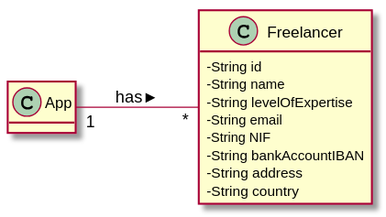
This is docs/UC_01/MD.svg from botelho-io/lapr2-2020-g029, a PlantUML export, as it was before one commit. Its diagram source:
```plantuml
@startuml MD

skinparam classAttributeIconSize 0
hide methods
left to right direction

class App {

}

class Freelancer {
        - String id
        - String name
        - String levelOfExpertise
        - String email
        - String NIF
        - String bankAccountIBAN
        - String address
        - String country
}

App                          "1" -- "*"      Freelancer                : has >

@enduml
```
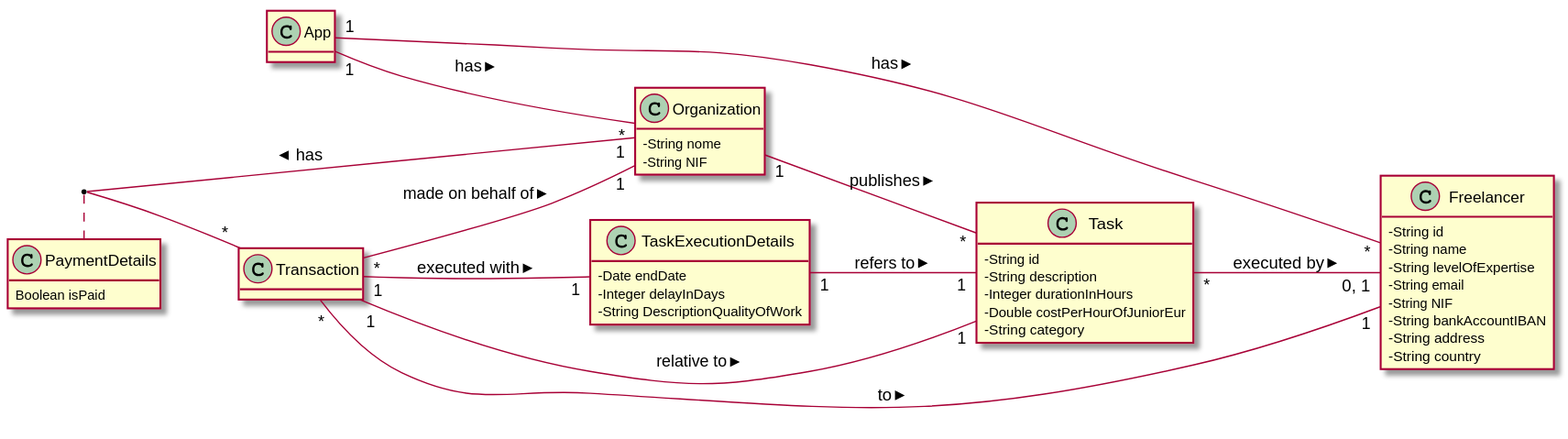
After the change.

Commit message:
Sprint 3 - UC01 - OO analysis [Documentation]

Change to the diagram source:
```diff
@@ -1,11 +1,36 @@
 @startuml MD
-
 skinparam classAttributeIconSize 0
 hide methods
 left to right direction
 
+
 class App {
+}
 
+class Organization {
+        - String nome
+        - String NIF
+}
+
+class Transaction {
+}
+
+class Task {
+        - String id
+        - String description
+        - Integer durationInHours
+        - Double costPerHourOfJuniorEur
+        - String category
+}
+
+class PaymentDetails {
+        Boolean isPaid
+}
+
+class TaskExecutionDetails {
+        - Date endDate
+        - Integer delayInDays
+        - String DescriptionQualityOfWork
 }
 
 class Freelancer {
@@ -19,6 +44,16 @@
         - String country
 }
 
+Transaction                  "1" -- "1"      Task                      : relative to >
+Transaction                  "*" -- "1"      Freelancer                : to >
+Transaction                  "*" -- "1"      Organization              : made on behalf of >
+Transaction                  "1" -- "1"      TaskExecutionDetails      : executed with >
+TaskExecutionDetails         "1" -- "1"      Task                      : refers to >
+Organization                 "1" -- "*"      Task                      : publishes >
+Organization                 "1" -- "*"      Transaction               : has >
+Task                         "*" -- "0, 1"   Freelancer                : executed by >
+App                          "1" -- "*"      Organization              : has >
 App                          "1" -- "*"      Freelancer                : has >
+(Organization, Transaction)      ..          PaymentDetails
 
 @enduml
```
